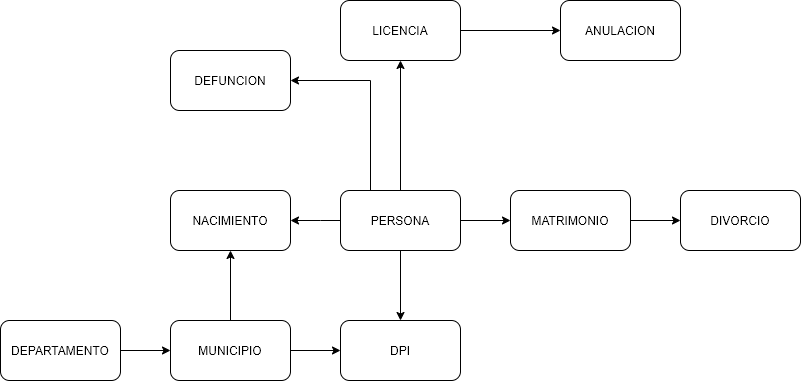
Above: [BD1]ModeloConceptual.png in KenLopez/BD1_PROYECTO_2 (draw.io), before the change. Source tidied: cells renumbered, new cells last; positions are measured from the earlier drawing's top-left corner, leaving out a move shared by most shapes. Source of this version:
```xml
<mxGraphModel>
  <root>
    <mxCell id="0" />
    <mxCell id="1" parent="0" />
    <mxCell id="2" style="edgeStyle=orthogonalEdgeStyle;rounded=0;jettySize=auto;html=1;strokeWidth=1;" parent="1" edge="1" source="7" target="20">
      <mxGeometry relative="1" as="geometry" />
    </mxCell>
    <mxCell id="3" style="edgeStyle=orthogonalEdgeStyle;rounded=0;jettySize=auto;html=1;strokeWidth=1;" parent="1" edge="1" source="7" target="21">
      <mxGeometry relative="1" as="geometry">
        <Array as="points">
          <mxPoint x="320" y="220" />
          <mxPoint x="320" y="220" />
        </Array>
      </mxGeometry>
    </mxCell>
    <mxCell id="4" style="edgeStyle=orthogonalEdgeStyle;rounded=0;jettySize=auto;html=1;strokeWidth=1;" parent="1" edge="1" source="7" target="13">
      <mxGeometry relative="1" as="geometry">
        <Array as="points">
          <mxPoint x="370" y="80" />
        </Array>
      </mxGeometry>
    </mxCell>
    <mxCell id="5" style="edgeStyle=orthogonalEdgeStyle;rounded=0;jettySize=auto;html=1;strokeWidth=1;" parent="1" edge="1" source="7" target="12">
      <mxGeometry relative="1" as="geometry" />
    </mxCell>
    <mxCell id="6" style="edgeStyle=orthogonalEdgeStyle;rounded=0;jettySize=auto;html=1;strokeWidth=1;" parent="1" edge="1" source="7" target="9">
      <mxGeometry relative="1" as="geometry">
        <Array as="points">
          <mxPoint x="520" y="220" />
          <mxPoint x="520" y="220" />
        </Array>
      </mxGeometry>
    </mxCell>
    <mxCell id="7" value="PERSONA" style="rounded=1;whiteSpace=wrap;html=1;" parent="1" vertex="1">
      <mxGeometry x="340" y="190" width="120" height="60" as="geometry" />
    </mxCell>
    <mxCell id="8" style="edgeStyle=orthogonalEdgeStyle;rounded=0;jettySize=auto;html=1;strokeWidth=1;" parent="1" edge="1" source="9" target="10">
      <mxGeometry relative="1" as="geometry" />
    </mxCell>
    <mxCell id="9" value="MATRIMONIO" style="rounded=1;whiteSpace=wrap;html=1;" parent="1" vertex="1">
      <mxGeometry x="510" y="190" width="120" height="60" as="geometry" />
    </mxCell>
    <mxCell id="10" value="DIVORCIO" style="rounded=1;whiteSpace=wrap;html=1;" parent="1" vertex="1">
      <mxGeometry x="680" y="190" width="120" height="60" as="geometry" />
    </mxCell>
    <mxCell id="11" style="edgeStyle=orthogonalEdgeStyle;rounded=0;jettySize=auto;html=1;strokeWidth=1;" parent="1" edge="1" source="12" target="14">
      <mxGeometry relative="1" as="geometry" />
    </mxCell>
    <mxCell id="12" value="LICENCIA" style="rounded=1;whiteSpace=wrap;html=1;" parent="1" vertex="1">
      <mxGeometry x="340" width="120" height="60" as="geometry" />
    </mxCell>
    <mxCell id="13" value="DEFUNCION" style="rounded=1;whiteSpace=wrap;html=1;" parent="1" vertex="1">
      <mxGeometry x="170" y="50" width="120" height="60" as="geometry" />
    </mxCell>
    <mxCell id="14" value="ANULACION" style="rounded=1;whiteSpace=wrap;html=1;" parent="1" vertex="1">
      <mxGeometry x="560" width="120" height="60" as="geometry" />
    </mxCell>
    <mxCell id="15" style="edgeStyle=orthogonalEdgeStyle;rounded=0;jettySize=auto;html=1;strokeWidth=1;" parent="1" edge="1" source="16" target="19">
      <mxGeometry relative="1" as="geometry" />
    </mxCell>
    <mxCell id="16" value="DEPARTAMENTO" style="rounded=1;whiteSpace=wrap;html=1;" parent="1" vertex="1">
      <mxGeometry y="320" width="120" height="60" as="geometry" />
    </mxCell>
    <mxCell id="17" style="edgeStyle=orthogonalEdgeStyle;rounded=0;jettySize=auto;html=1;strokeWidth=1;" parent="1" edge="1" source="19" target="20">
      <mxGeometry relative="1" as="geometry" />
    </mxCell>
    <mxCell id="18" style="edgeStyle=orthogonalEdgeStyle;rounded=0;jettySize=auto;html=1;strokeWidth=1;" parent="1" edge="1" source="19" target="21">
      <mxGeometry relative="1" as="geometry" />
    </mxCell>
    <mxCell id="19" value="MUNICIPIO" style="rounded=1;whiteSpace=wrap;html=1;" parent="1" vertex="1">
      <mxGeometry x="170" y="320" width="120" height="60" as="geometry" />
    </mxCell>
    <mxCell id="20" value="DPI" style="rounded=1;whiteSpace=wrap;html=1;" parent="1" vertex="1">
      <mxGeometry x="340" y="320" width="120" height="60" as="geometry" />
    </mxCell>
    <mxCell id="21" value="NACIMIENTO" style="rounded=1;whiteSpace=wrap;html=1;" parent="1" vertex="1">
      <mxGeometry x="170" y="190" width="120" height="60" as="geometry" />
    </mxCell>
  </root>
</mxGraphModel>
```
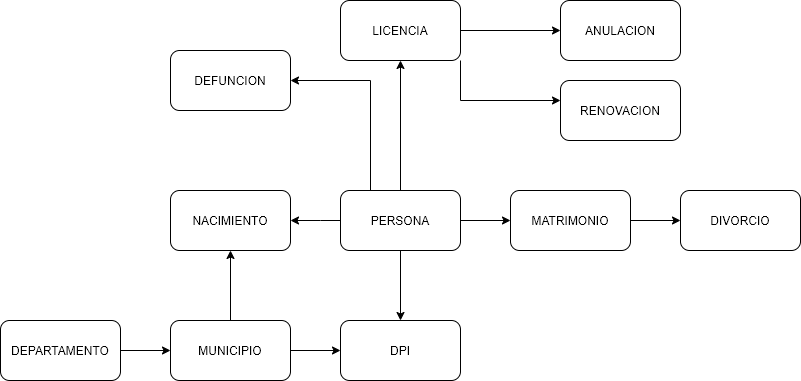
Above is the later version.

What changed in the source:
```diff
@@ -44,8 +44,19 @@
       <mxGeometry x="680" y="190" width="120" height="60" as="geometry" />
     </mxCell>
     <mxCell id="11" style="edgeStyle=orthogonalEdgeStyle;rounded=0;jettySize=auto;html=1;strokeWidth=1;" parent="1" edge="1" source="12" target="14">
-      <mxGeometry relative="1" as="geometry" />
+      <mxGeometry relative="1" as="geometry">
+        <Array as="points">
+          <mxPoint x="620" y="30" />
+        </Array>
+      </mxGeometry>
     </mxCell>
+    <mxCell id="22" style="edgeStyle=orthogonalEdgeStyle;rounded=0;jettySize=auto;html=1;" parent="1" edge="1" source="12" target="23">
+      <mxGeometry relative="1" as="geometry">
+        <Array as="points">
+          <mxPoint x="460" y="100" />
+        </Array>
+      </mxGeometry>
+    </mxCell>
     <mxCell id="12" value="LICENCIA" style="rounded=1;whiteSpace=wrap;html=1;" parent="1" vertex="1">
       <mxGeometry x="340" width="120" height="60" as="geometry" />
     </mxCell>
@@ -76,5 +87,8 @@
     <mxCell id="21" value="NACIMIENTO" style="rounded=1;whiteSpace=wrap;html=1;" parent="1" vertex="1">
       <mxGeometry x="170" y="190" width="120" height="60" as="geometry" />
     </mxCell>
+    <mxCell id="23" value="RENOVACION" style="rounded=1;whiteSpace=wrap;html=1;" parent="1" vertex="1">
+      <mxGeometry x="560" y="80" width="120" height="60" as="geometry" />
+    </mxCell>
   </root>
 </mxGraphModel>
```
